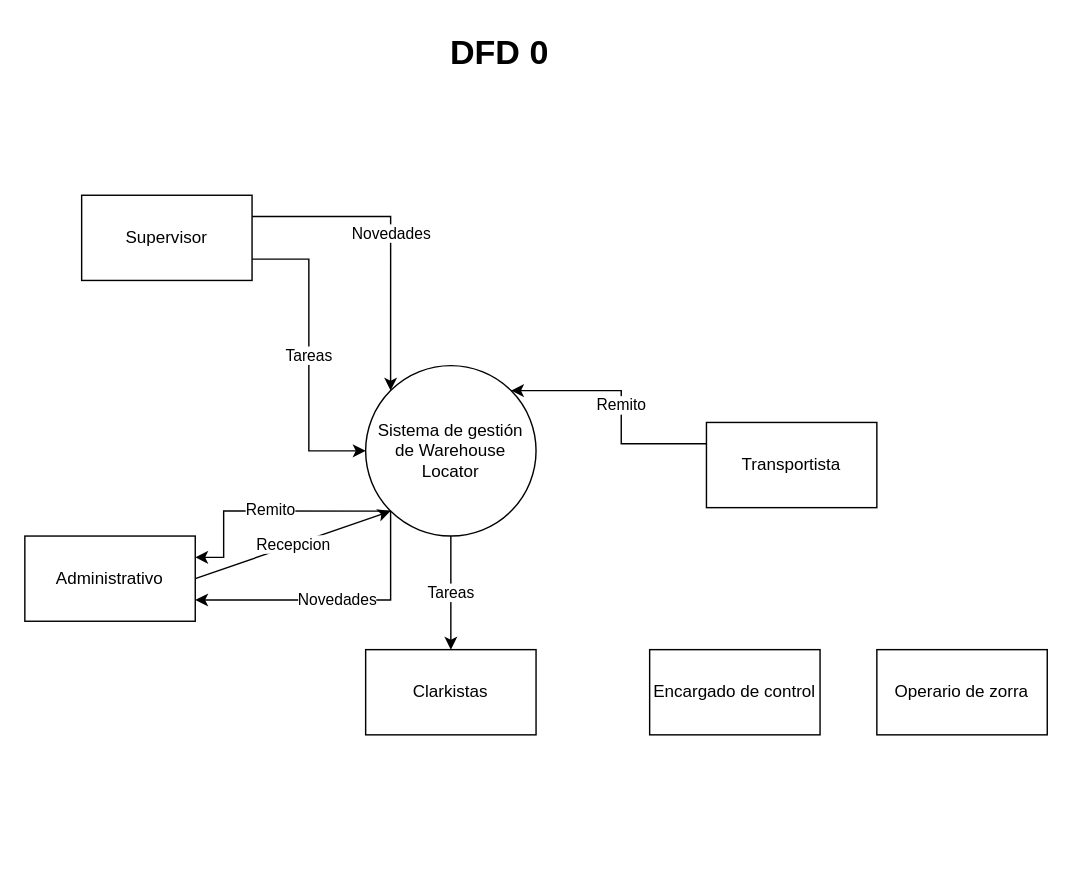
The draw.io diagram DFD_Integrador_MetII.drawio in JEOrellano/TUSI_MetII_Grupo12_DFD_Integrador, before the edit. Source tidied: cells renumbered, new cells numbered last; positions are measured from the earlier drawing's top-left corner, leaving out a move shared by most shapes. Both pictures are drawn from the tidied source at 142%, with x=0, y=0 at pixel (24, 24).
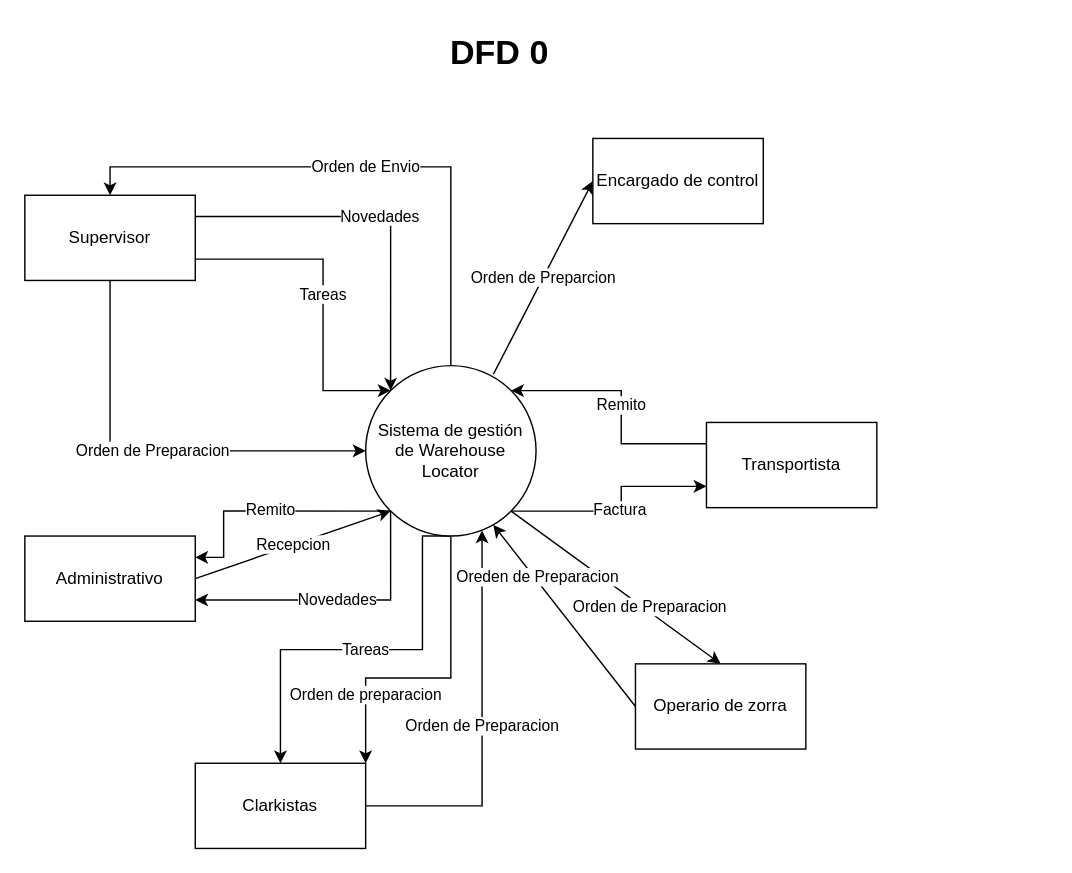
After the change.

The change refers to these unchanged cells:
```xml
<mxCell id="5" value="&lt;font style=&quot;font-size: 12px;&quot;&gt;Sistema de gestión de Warehouse Locator&lt;/font&gt;" style="ellipse;whiteSpace=wrap;html=1;" parent="1" vertex="1">
  <mxGeometry x="240" y="240" width="120" height="120" as="geometry" />
</mxCell>
<mxCell id="10" value="Transportista" style="rounded=0;whiteSpace=wrap;html=1;" parent="1" vertex="1">
  <mxGeometry x="480" y="280" width="120" height="60" as="geometry" />
</mxCell>
```

The edit, as a diff of the source:
```diff
@@
     <mxCell id="2" value="Tareas" style="edgeStyle=orthogonalEdgeStyle;rounded=0;jettySize=auto;html=1;exitX=0.5;exitY=1;exitDx=0;exitDy=0;entryX=0.5;entryY=0;entryDx=0;entryDy=0;" parent="1" edge="1" source="5" target="14">
-      <mxGeometry relative="1" as="geometry" />
+      <mxGeometry relative="1" as="geometry">
+        <Array as="points">
+          <mxPoint x="280" y="360" />
+          <mxPoint x="280" y="440" />
+          <mxPoint x="180" y="440" />
+        </Array>
+      </mxGeometry>
     </mxCell>
@@
+    <mxCell id="17" value="Factura" style="edgeStyle=orthogonalEdgeStyle;rounded=0;jettySize=auto;html=1;exitX=1;exitY=1;exitDx=0;exitDy=0;entryX=0;entryY=0.75;entryDx=0;entryDy=0;" parent="1" edge="1" source="5" target="10">
+      <mxGeometry relative="1" as="geometry" />
+    </mxCell>
+    <mxCell id="18" value="Orden de Envio" style="edgeStyle=orthogonalEdgeStyle;rounded=0;jettySize=auto;html=1;exitX=0.5;exitY=0;exitDx=0;exitDy=0;entryX=0.5;entryY=0;entryDx=0;entryDy=0;" parent="1" edge="1" source="5" target="8">
+      <mxGeometry relative="1" as="geometry" />
+    </mxCell>
+    <mxCell id="19" value="Orden de Preparacion" style="rounded=0;jettySize=auto;html=1;exitX=1;exitY=1;exitDx=0;exitDy=0;entryX=0.5;entryY=0;entryDx=0;entryDy=0;" parent="1" edge="1" source="5" target="16">
+      <mxGeometry x="0.3" y="3" relative="1" as="geometry" />
+    </mxCell>
+    <mxCell id="20" value="Orden de preparacion" style="edgeStyle=orthogonalEdgeStyle;rounded=0;jettySize=auto;html=1;entryX=1;entryY=0;entryDx=0;entryDy=0;" parent="1" edge="1" target="14">
+      <mxGeometry x="0.56" relative="1" as="geometry">
+        <mxPoint x="300" y="360" as="sourcePoint" />
+        <Array as="points">
+          <mxPoint x="300" y="460" />
+          <mxPoint x="240" y="460" />
+        </Array>
+      </mxGeometry>
+    </mxCell>
+    <mxCell id="21" value="Orden de Preparcion" style="rounded=0;jettySize=auto;html=1;exitX=0.75;exitY=0.05;exitDx=0;exitDy=0;entryX=0;entryY=0.5;entryDx=0;entryDy=0;exitPerimeter=0;" parent="1" edge="1" source="5" target="15">
+      <mxGeometry relative="1" as="geometry" />
+    </mxCell>
@@
-    <mxCell id="7" value="Tareas" style="edgeStyle=orthogonalEdgeStyle;rounded=0;jettySize=auto;html=1;exitX=1;exitY=0.75;exitDx=0;exitDy=0;entryX=0;entryY=0.5;entryDx=0;entryDy=0;" parent="1" edge="1" source="8" target="5">
-      <mxGeometry relative="1" as="geometry" />
+    <mxCell id="7" value="Tareas" style="edgeStyle=orthogonalEdgeStyle;rounded=0;jettySize=auto;html=1;exitX=1;exitY=0.75;exitDx=0;exitDy=0;entryX=0;entryY=0;entryDx=0;entryDy=0;" parent="1" edge="1" source="8" target="5">
+      <mxGeometry relative="1" as="geometry">
+        <Array as="points">
+          <mxPoint x="210" y="165" />
+          <mxPoint x="210" y="258" />
+        </Array>
+      </mxGeometry>
     </mxCell>
+    <mxCell id="22" value="Orden de Preparacion" style="edgeStyle=orthogonalEdgeStyle;rounded=0;jettySize=auto;html=1;exitX=0.5;exitY=1;exitDx=0;exitDy=0;entryX=0;entryY=0.5;entryDx=0;entryDy=0;" parent="1" edge="1" source="8" target="5">
+      <mxGeometry relative="1" as="geometry" />
+    </mxCell>
     <mxCell id="8" value="Supervisor" style="rounded=0;whiteSpace=wrap;html=1;" parent="1" vertex="1">
-      <mxGeometry x="40" y="120" width="120" height="60" as="geometry" />
+      <mxGeometry y="120" width="120" height="60" as="geometry" />
     </mxCell>
@@
     <mxCell id="14" value="Clarkistas" style="rounded=0;whiteSpace=wrap;html=1;" parent="1" vertex="1">
-      <mxGeometry x="240" y="440" width="120" height="60" as="geometry" />
+      <mxGeometry x="120" y="520" width="120" height="60" as="geometry" />
     </mxCell>
     <mxCell id="15" value="Encargado de control" style="rounded=0;whiteSpace=wrap;html=1;" parent="1" vertex="1">
-      <mxGeometry x="440" y="440" width="120" height="60" as="geometry" />
+      <mxGeometry x="400" y="80" width="120" height="60" as="geometry" />
     </mxCell>
     <mxCell id="16" value="Operario de zorra" style="rounded=0;whiteSpace=wrap;html=1;" parent="1" vertex="1">
-      <mxGeometry x="600" y="440" width="120" height="60" as="geometry" />
+      <mxGeometry x="430" y="450" width="120" height="60" as="geometry" />
     </mxCell>
+    <mxCell id="23" value="Orden de Preparacion" style="edgeStyle=orthogonalEdgeStyle;rounded=0;jettySize=auto;html=1;exitX=1;exitY=0.5;exitDx=0;exitDy=0;entryX=0.683;entryY=0.967;entryDx=0;entryDy=0;entryPerimeter=0;" parent="1" edge="1" source="14" target="5">
+      <mxGeometry relative="1" as="geometry" />
+    </mxCell>
+    <mxCell id="24" value="Oreden de Preparacion" style="rounded=0;jettySize=auto;html=1;exitX=0;exitY=0.5;exitDx=0;exitDy=0;entryX=0.749;entryY=0.934;entryDx=0;entryDy=0;entryPerimeter=0;" parent="1" edge="1" source="16" target="5">
+      <mxGeometry x="0.4" y="-2" relative="1" as="geometry" />
+    </mxCell>
```
